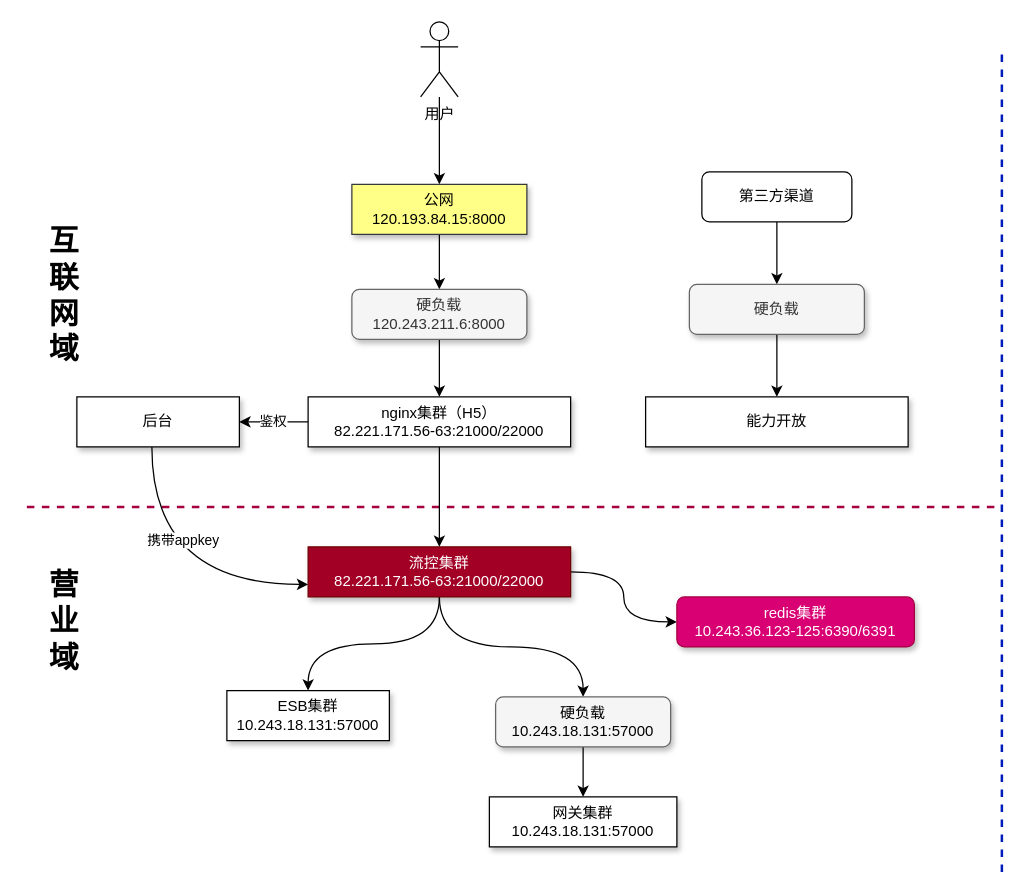
Above: page "互联网域迁移方案" (16 of 23) of 流控.drawio in qymmdj/draw-io (draw.io), before the change. Source tidied: cells renumbered, new cells numbered last; positions are measured from the earlier drawing's top-left corner, leaving out a move shared by most shapes. Both pictures are drawn from the tidied source at 125%, with x=0, y=0 at pixel (26, 21).
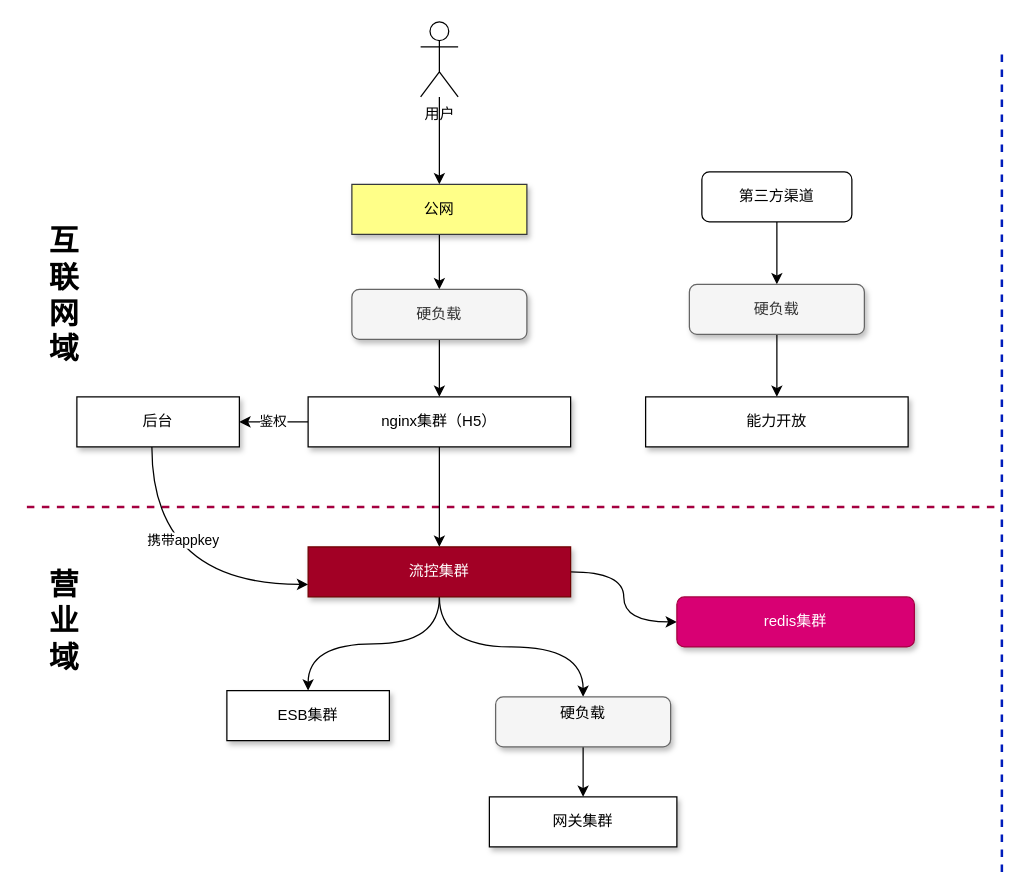
After the change.

The edit, as a diff of the source:
```diff
@@
-    <mxCell id="7" value="公网&lt;br&gt;120.193.84.15:8000" style="rounded=0;whiteSpace=wrap;html=1;shadow=1;fillColor=#ffff88;strokeColor=#36393d;fontSize=12;" parent="1" vertex="1">
+    <mxCell id="7" value="公网&lt;br&gt;" style="rounded=0;whiteSpace=wrap;html=1;shadow=1;fillColor=#ffff88;strokeColor=#36393d;fontSize=12;" parent="1" vertex="1">
       <mxGeometry x="260" y="130" width="140" height="40" as="geometry" />
     </mxCell>
@@
-    <mxCell id="9" value="硬负载&lt;br&gt;120.243.211.6:8000" style="rounded=1;whiteSpace=wrap;html=1;shadow=1;fillColor=#f5f5f5;strokeColor=#666666;fontSize=12;fontColor=#333333;" parent="1" vertex="1">
+    <mxCell id="9" value="硬负载&lt;br&gt;" style="rounded=1;whiteSpace=wrap;html=1;shadow=1;fillColor=#f5f5f5;strokeColor=#666666;fontSize=12;fontColor=#333333;" parent="1" vertex="1">
       <mxGeometry x="260" y="214" width="140" height="40" as="geometry" />
     </mxCell>
@@
-    <mxCell id="13" value="流控集群&lt;br&gt;82.221.171.56-63:21000/22000" style="rounded=0;whiteSpace=wrap;html=1;shadow=1;fillColor=#a20025;strokeColor=#6F0000;fontSize=12;fontColor=#ffffff;" parent="1" vertex="1">
+    <mxCell id="13" value="流控集群&lt;br&gt;" style="rounded=0;whiteSpace=wrap;html=1;shadow=1;fillColor=#a20025;strokeColor=#6F0000;fontSize=12;fontColor=#ffffff;" parent="1" vertex="1">
       <mxGeometry x="225" y="420" width="210" height="40" as="geometry" />
     </mxCell>
-    <mxCell id="14" value="ESB集群&lt;br&gt;10.243.18.131:57000" style="rounded=0;whiteSpace=wrap;html=1;shadow=1;fontSize=12;" parent="1" vertex="1">
+    <mxCell id="14" value="ESB集群&lt;br&gt;" style="rounded=0;whiteSpace=wrap;html=1;shadow=1;fontSize=12;" parent="1" vertex="1">
       <mxGeometry x="160" y="535" width="130" height="40" as="geometry" />
     </mxCell>
-    <mxCell id="15" value="网关集群&lt;br&gt;10.243.18.131:57000" style="rounded=0;whiteSpace=wrap;html=1;shadow=1;fontSize=12;" parent="1" vertex="1">
+    <mxCell id="15" value="网关集群&lt;br&gt;" style="rounded=0;whiteSpace=wrap;html=1;shadow=1;fontSize=12;" parent="1" vertex="1">
       <mxGeometry x="370" y="620" width="150" height="40" as="geometry" />
     </mxCell>
@@
-    <mxCell id="17" value="&lt;font color=&quot;#000000&quot;&gt;硬负载&lt;br&gt;10.243.18.131:57000&lt;/font&gt;" style="rounded=1;whiteSpace=wrap;html=1;shadow=1;fillColor=#f5f5f5;strokeColor=#666666;fontSize=12;fontColor=#333333;" parent="1" vertex="1">
+    <mxCell id="17" value="&lt;font color=&quot;#000000&quot;&gt;硬负载&lt;br&gt;&lt;br&gt;&lt;/font&gt;" style="rounded=1;whiteSpace=wrap;html=1;shadow=1;fillColor=#f5f5f5;strokeColor=#666666;fontSize=12;fontColor=#333333;" parent="1" vertex="1">
       <mxGeometry x="375" y="540" width="140" height="40" as="geometry" />
     </mxCell>
@@
-    <mxCell id="22" value="nginx集群（H5）&lt;br&gt;82.221.171.56-63:21000/22000" style="rounded=0;whiteSpace=wrap;html=1;shadow=1;fontSize=12;" parent="1" vertex="1">
+    <mxCell id="22" value="nginx集群（H5）&lt;br&gt;" style="rounded=0;whiteSpace=wrap;html=1;shadow=1;fontSize=12;" parent="1" vertex="1">
       <mxGeometry x="225" y="300" width="210" height="40" as="geometry" />
     </mxCell>
-    <mxCell id="23" value="redis集群&lt;br&gt;10.243.36.123-125:6390/6391" style="rounded=1;whiteSpace=wrap;html=1;shadow=1;fillColor=#d80073;strokeColor=#A50040;fontSize=12;fontColor=#ffffff;" parent="1" vertex="1">
+    <mxCell id="23" value="redis集群&lt;br&gt;" style="rounded=1;whiteSpace=wrap;html=1;shadow=1;fillColor=#d80073;strokeColor=#A50040;fontSize=12;fontColor=#ffffff;" parent="1" vertex="1">
       <mxGeometry x="520" y="460" width="190" height="40" as="geometry" />
     </mxCell>
```
